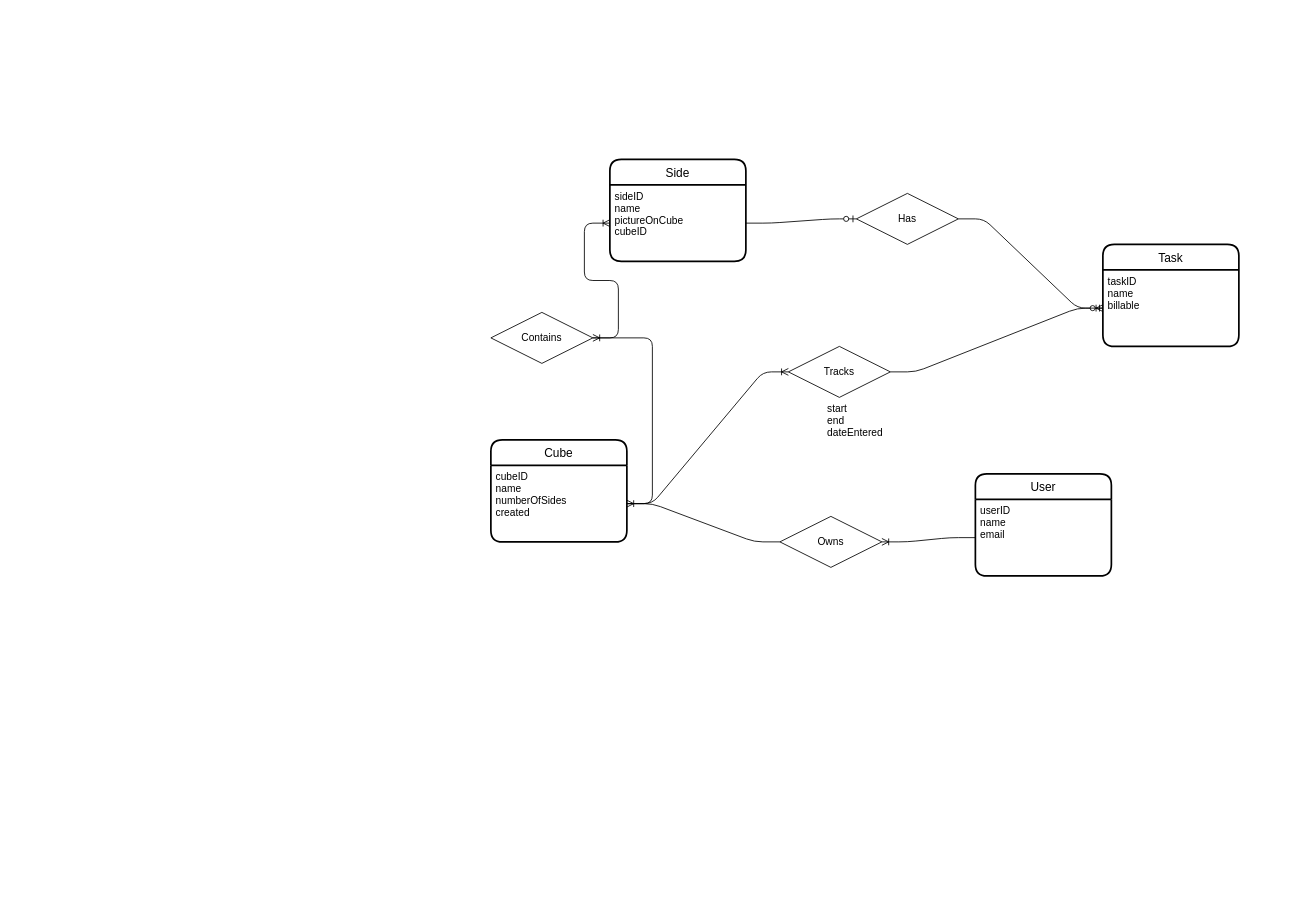
The draw.io diagram DB Class.drawio in diagonalwalnut/COMP3421, before the edit. Source tidied: cells renumbered, new cells numbered last; positions are measured from the earlier drawing's top-left corner, leaving out a move shared by most shapes. Both pictures are drawn from the tidied source at 85%, with x=0, y=0 at pixel (490, 159).
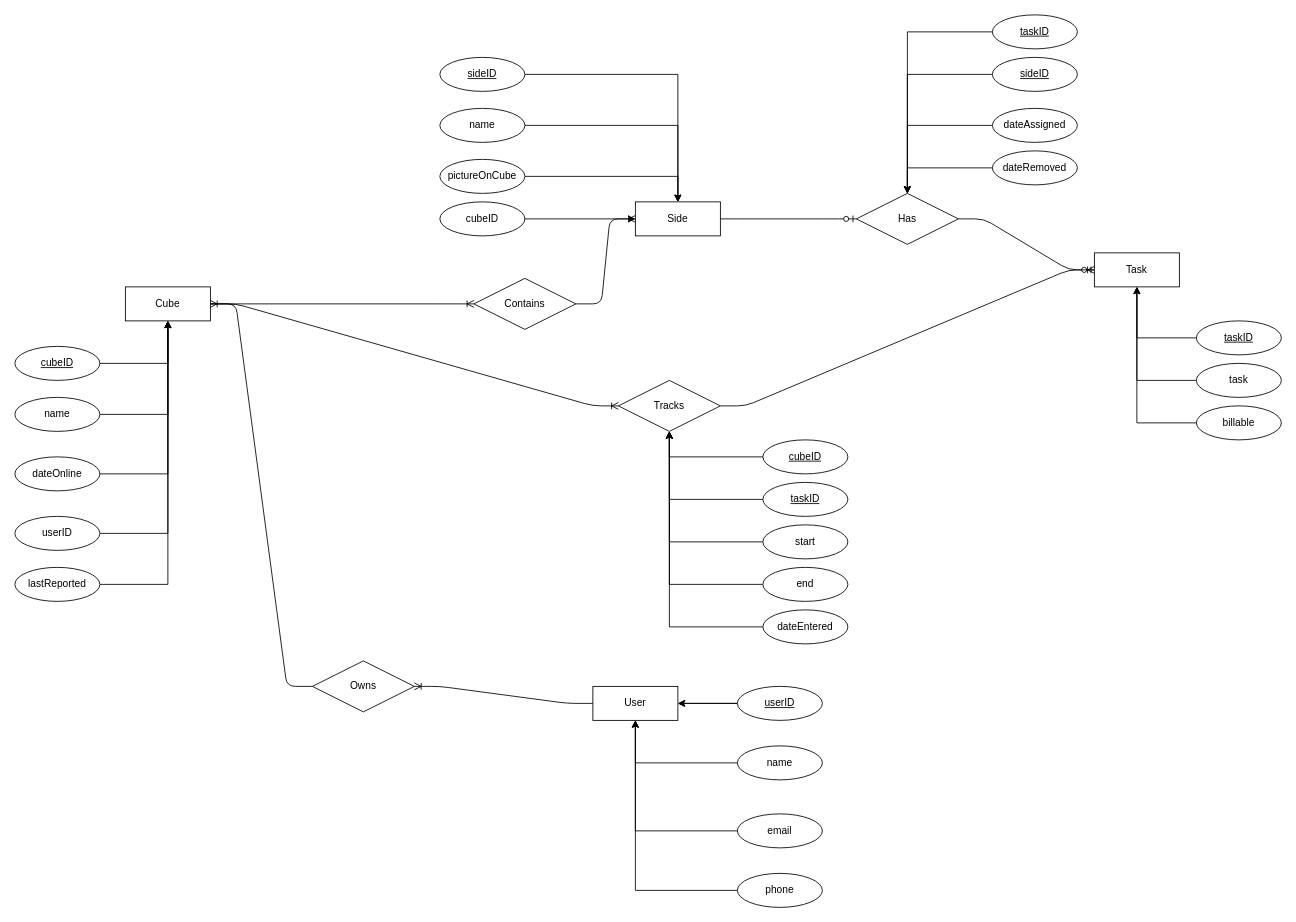
After the change.

Unchanged cells that the change refers to:
```xml
<mxCell id="7" value="Has" style="shape=rhombus;perimeter=rhombusPerimeter;whiteSpace=wrap;html=1;align=center;" parent="1" vertex="1">
  <mxGeometry x="430" y="40" width="120" height="60" as="geometry" />
</mxCell>
```

The edit, as a diff of the source:
```diff
@@
-    <mxCell id="2" style="edgeStyle=entityRelationEdgeStyle;fontSize=12;html=1;endArrow=ERoneToMany;" parent="1" edge="1" source="12" target="19">
+    <mxCell id="2" style="edgeStyle=entityRelationEdgeStyle;fontSize=12;html=1;endArrow=ERoneToMany;" parent="1" edge="1" source="12" target="18">
       <mxGeometry relative="1" as="geometry" />
     </mxCell>
-    <mxCell id="3" style="edgeStyle=entityRelationEdgeStyle;fontSize=12;html=1;endArrow=ERoneToMany;" parent="1" edge="1" source="4" target="17">
-      <mxGeometry relative="1" as="geometry" />
-    </mxCell>
     <mxCell id="4" value="Owns" style="shape=rhombus;perimeter=rhombusPerimeter;whiteSpace=wrap;html=1;align=center;" parent="1" vertex="1">
-      <mxGeometry x="340" y="420" width="120" height="60" as="geometry" />
+      <mxGeometry x="-210" y="590" width="120" height="60" as="geometry" />
     </mxCell>
-    <mxCell id="5" style="edgeStyle=entityRelationEdgeStyle;fontSize=12;html=1;endArrow=ERoneToMany;" parent="1" edge="1" source="15" target="4">
+    <mxCell id="5" style="edgeStyle=entityRelationEdgeStyle;fontSize=12;html=1;endArrow=ERoneToMany;" parent="1" edge="1" source="14" target="4">
       <mxGeometry relative="1" as="geometry" />
     </mxCell>
-    <mxCell id="6" style="edgeStyle=entityRelationEdgeStyle;fontSize=12;html=1;endArrow=ERzeroToOne;endFill=1;" parent="1" edge="1" source="7" target="21">
+    <mxCell id="6" style="edgeStyle=entityRelationEdgeStyle;fontSize=12;html=1;endArrow=ERzeroToOne;endFill=1;" parent="1" edge="1" source="7" target="20">
       <mxGeometry relative="1" as="geometry" />
     </mxCell>
@@
-    <mxCell id="8" style="edgeStyle=entityRelationEdgeStyle;fontSize=12;html=1;endArrow=ERzeroToOne;endFill=1;" parent="1" edge="1" source="19" target="7">
+    <mxCell id="8" style="edgeStyle=entityRelationEdgeStyle;fontSize=12;html=1;endArrow=ERzeroToOne;endFill=1;" parent="1" edge="1" source="18" target="7">
       <mxGeometry relative="1" as="geometry" />
     </mxCell>
-    <mxCell id="9" style="edgeStyle=entityRelationEdgeStyle;fontSize=12;html=1;endArrow=ERoneToMany;" parent="1" edge="1" source="10" target="21">
+    <mxCell id="9" style="edgeStyle=entityRelationEdgeStyle;fontSize=12;html=1;endArrow=ERoneToMany;" parent="1" edge="1" source="10" target="20">
       <mxGeometry relative="1" as="geometry" />
     </mxCell>
     <mxCell id="10" value="Tracks" style="shape=rhombus;perimeter=rhombusPerimeter;whiteSpace=wrap;html=1;align=center;" parent="1" vertex="1">
-      <mxGeometry x="350" y="220" width="120" height="60" as="geometry" />
+      <mxGeometry x="150" y="260" width="120" height="60" as="geometry" />
     </mxCell>
-    <mxCell id="11" style="edgeStyle=entityRelationEdgeStyle;fontSize=12;html=1;endArrow=ERoneToMany;" parent="1" edge="1" source="17" target="10">
+    <mxCell id="11" style="edgeStyle=entityRelationEdgeStyle;fontSize=12;html=1;endArrow=ERoneToMany;" parent="1" edge="1" source="16" target="10">
       <mxGeometry relative="1" as="geometry" />
     </mxCell>
     <mxCell id="12" value="Contains" style="shape=rhombus;perimeter=rhombusPerimeter;whiteSpace=wrap;html=1;align=center;" parent="1" vertex="1">
-      <mxGeometry y="180" width="120" height="60" as="geometry" />
+      <mxGeometry x="-20" y="140" width="120" height="60" as="geometry" />
     </mxCell>
-    <mxCell id="13" style="edgeStyle=entityRelationEdgeStyle;fontSize=12;html=1;endArrow=ERoneToMany;" parent="1" edge="1" source="17" target="12">
+    <mxCell id="13" style="edgeStyle=entityRelationEdgeStyle;fontSize=12;html=1;endArrow=ERoneToMany;" parent="1" edge="1" source="16" target="12">
       <mxGeometry relative="1" as="geometry" />
     </mxCell>
+    <mxCell id="23" style="edgeStyle=orthogonalEdgeStyle;rounded=0;jettySize=auto;html=1;" parent="1" edge="1" source="24" target="18">
+      <mxGeometry relative="1" as="geometry" />
+    </mxCell>
+    <mxCell id="24" value="pictureOnCube" style="ellipse;whiteSpace=wrap;html=1;align=center;" parent="1" vertex="1">
+      <mxGeometry x="-60" width="100" height="40" as="geometry" />
+    </mxCell>
+    <mxCell id="25" style="edgeStyle=orthogonalEdgeStyle;rounded=0;jettySize=auto;html=1;" parent="1" edge="1" source="26" target="18">
+      <mxGeometry relative="1" as="geometry" />
+    </mxCell>
+    <mxCell id="26" value="name" style="ellipse;whiteSpace=wrap;html=1;align=center;" parent="1" vertex="1">
+      <mxGeometry x="-60" y="-60" width="100" height="40" as="geometry" />
+    </mxCell>
+    <mxCell id="27" style="edgeStyle=orthogonalEdgeStyle;rounded=0;jettySize=auto;html=1;" parent="1" edge="1" source="28" target="18">
+      <mxGeometry relative="1" as="geometry" />
+    </mxCell>
+    <mxCell id="28" value="cubeID" style="ellipse;whiteSpace=wrap;html=1;align=center;" parent="1" vertex="1">
+      <mxGeometry x="-60" y="50" width="100" height="40" as="geometry" />
+    </mxCell>
+    <mxCell id="18" value="Side" style="whiteSpace=wrap;html=1;align=center;" parent="1" vertex="1">
+      <mxGeometry x="170" y="50" width="100" height="40" as="geometry" />
+    </mxCell>
+    <mxCell id="29" style="edgeStyle=orthogonalEdgeStyle;rounded=0;jettySize=auto;html=1;" parent="1" edge="1" source="30" target="18">
+      <mxGeometry relative="1" as="geometry" />
+    </mxCell>
+    <mxCell id="30" value="sideID" style="ellipse;whiteSpace=wrap;html=1;align=center;fontStyle=4;" parent="1" vertex="1">
+      <mxGeometry x="-60" y="-120" width="100" height="40" as="geometry" />
+    </mxCell>
+    <mxCell id="16" value="Cube" style="whiteSpace=wrap;html=1;align=center;" parent="1" vertex="1">
+      <mxGeometry x="-430" y="150" width="100" height="40" as="geometry" />
+    </mxCell>
+    <mxCell id="31" style="edgeStyle=entityRelationEdgeStyle;fontSize=12;html=1;endArrow=ERoneToMany;" parent="1" edge="1" source="4" target="16">
+      <mxGeometry relative="1" as="geometry" />
+    </mxCell>
-    <mxCell id="14" value="User" style="swimlane;horizontal=1;startSize=30;rounded=1;fontSize=14;fontStyle=0;strokeWidth=2;shadow=0;dashed=0;align=center;" parent="1" vertex="1">
-      <mxGeometry x="570" y="370" width="160" height="120" as="geometry" />
+    <mxCell id="14" value="User" style="whiteSpace=wrap;html=1;align=center;" parent="1" vertex="1">
+      <mxGeometry x="120" y="620" width="100" height="40" as="geometry" />
     </mxCell>
-    <mxCell id="15" value="userID&#10;name&#10;email" style="align=left;strokeColor=none;fillColor=none;spacingLeft=4;fontSize=12;verticalAlign=top;" parent="14" vertex="1">
-      <mxGeometry y="30" width="160" height="90" as="geometry" />
-    </mxCell>
-    <mxCell id="16" value="Cube" style="swimlane;horizontal=1;startSize=30;rounded=1;fontSize=14;fontStyle=0;strokeWidth=2;shadow=0;dashed=0;align=center;" parent="1" vertex="1">
-      <mxGeometry y="330" width="160" height="120" as="geometry" />
-    </mxCell>
-    <mxCell id="17" value="cubeID&#10;name&#10;numberOfSides&#10;created" style="align=left;strokeColor=none;fillColor=none;spacingLeft=4;fontSize=12;verticalAlign=top;" parent="16" vertex="1">
-      <mxGeometry y="30" width="160" height="90" as="geometry" />
-    </mxCell>
-    <mxCell id="18" value="Side" style="swimlane;horizontal=1;startSize=30;rounded=1;fontSize=14;fontStyle=0;strokeWidth=2;shadow=0;dashed=0;align=center;" parent="1" vertex="1">
-      <mxGeometry x="140" width="160" height="120" as="geometry" />
-    </mxCell>
-    <mxCell id="19" value="sideID&#10;name&#10;pictureOnCube&#10;cubeID" style="align=left;strokeColor=none;fillColor=none;spacingLeft=4;fontSize=12;verticalAlign=top;fontStyle=0;" parent="18" vertex="1">
-      <mxGeometry y="30" width="160" height="90" as="geometry" />
-    </mxCell>
-    <mxCell id="20" value="Task" style="swimlane;horizontal=1;startSize=30;rounded=1;fontSize=14;fontStyle=0;strokeWidth=2;shadow=0;dashed=0;align=center;" parent="1" vertex="1">
-      <mxGeometry x="720" y="100" width="160" height="120" as="geometry" />
+    <mxCell id="20" value="Task" style="whiteSpace=wrap;html=1;align=center;" parent="1" vertex="1">
+      <mxGeometry x="710" y="110" width="100" height="40" as="geometry" />
     </mxCell>
-    <mxCell id="21" value="taskID&#10;name&#10;billable" style="align=left;strokeColor=none;fillColor=none;spacingLeft=4;fontSize=12;verticalAlign=top;" parent="20" vertex="1">
-      <mxGeometry y="30" width="160" height="90" as="geometry" />
-    </mxCell>
-    <mxCell id="22" value="start&#10;end&#10;dateEntered" style="text;strokeColor=none;fillColor=none;spacingLeft=4;spacingRight=4;overflow=hidden;fontSize=12;" parent="1" vertex="1">
-      <mxGeometry x="390" y="280" width="80" height="50" as="geometry" />
-    </mxCell>
+    <mxCell id="32" style="edgeStyle=orthogonalEdgeStyle;rounded=0;jettySize=auto;html=1;" parent="1" edge="1" source="33" target="10">
+      <mxGeometry relative="1" as="geometry" />
+    </mxCell>
+    <mxCell id="33" value="end" style="ellipse;whiteSpace=wrap;html=1;align=center;" parent="1" vertex="1">
+      <mxGeometry x="320" y="480" width="100" height="40" as="geometry" />
+    </mxCell>
+    <mxCell id="34" style="edgeStyle=orthogonalEdgeStyle;rounded=0;jettySize=auto;html=1;" parent="1" edge="1" source="35" target="10">
+      <mxGeometry relative="1" as="geometry" />
+    </mxCell>
+    <mxCell id="35" value="dateEntered" style="ellipse;whiteSpace=wrap;html=1;align=center;" parent="1" vertex="1">
+      <mxGeometry x="320" y="530" width="100" height="40" as="geometry" />
+    </mxCell>
+    <mxCell id="36" style="edgeStyle=orthogonalEdgeStyle;rounded=0;jettySize=auto;html=1;" parent="1" edge="1" source="37" target="10">
+      <mxGeometry relative="1" as="geometry" />
+    </mxCell>
+    <mxCell id="37" value="start" style="ellipse;whiteSpace=wrap;html=1;align=center;" parent="1" vertex="1">
+      <mxGeometry x="320" y="430" width="100" height="40" as="geometry" />
+    </mxCell>
+    <mxCell id="38" style="edgeStyle=orthogonalEdgeStyle;rounded=0;jettySize=auto;html=1;" parent="1" edge="1" source="40" target="10">
+      <mxGeometry relative="1" as="geometry" />
+    </mxCell>
+    <mxCell id="39" value="taskID" style="ellipse;whiteSpace=wrap;html=1;align=center;fontStyle=4;" parent="1" vertex="1">
+      <mxGeometry x="320" y="380" width="100" height="40" as="geometry" />
+    </mxCell>
+    <mxCell id="40" value="cubeID" style="ellipse;whiteSpace=wrap;html=1;align=center;fontStyle=4;" parent="1" vertex="1">
+      <mxGeometry x="320" y="330" width="100" height="40" as="geometry" />
+    </mxCell>
+    <mxCell id="41" style="edgeStyle=orthogonalEdgeStyle;rounded=0;jettySize=auto;html=1;" parent="1" edge="1" source="39" target="10">
+      <mxGeometry relative="1" as="geometry" />
+    </mxCell>
+    <mxCell id="42" style="edgeStyle=orthogonalEdgeStyle;rounded=0;jettySize=auto;html=1;" parent="1" edge="1" source="65" target="14">
+      <mxGeometry relative="1" as="geometry" />
+    </mxCell>
+    <mxCell id="43" style="edgeStyle=orthogonalEdgeStyle;rounded=0;jettySize=auto;html=1;" parent="1" edge="1" source="44" target="14">
+      <mxGeometry relative="1" as="geometry" />
+    </mxCell>
+    <mxCell id="44" value="name" style="ellipse;whiteSpace=wrap;html=1;align=center;" parent="1" vertex="1">
+      <mxGeometry x="290" y="690" width="100" height="40" as="geometry" />
+    </mxCell>
+    <mxCell id="45" style="edgeStyle=orthogonalEdgeStyle;rounded=0;jettySize=auto;html=1;" parent="1" edge="1" source="65" target="14">
+      <mxGeometry relative="1" as="geometry" />
+    </mxCell>
+    <mxCell id="46" value="email" style="ellipse;whiteSpace=wrap;html=1;align=center;" parent="1" vertex="1">
+      <mxGeometry x="290" y="770" width="100" height="40" as="geometry" />
+    </mxCell>
+    <mxCell id="47" style="edgeStyle=orthogonalEdgeStyle;rounded=0;jettySize=auto;html=1;entryX=0.5;entryY=1;entryDx=0;entryDy=0;" parent="1" edge="1" source="48" target="14">
+      <mxGeometry relative="1" as="geometry" />
+    </mxCell>
+    <mxCell id="48" value="phone" style="ellipse;whiteSpace=wrap;html=1;align=center;" parent="1" vertex="1">
+      <mxGeometry x="290" y="840" width="100" height="40" as="geometry" />
+    </mxCell>
+    <mxCell id="49" style="edgeStyle=orthogonalEdgeStyle;rounded=0;jettySize=auto;html=1;" parent="1" edge="1" source="50" target="20">
+      <mxGeometry relative="1" as="geometry" />
+    </mxCell>
+    <mxCell id="50" value="task" style="ellipse;whiteSpace=wrap;html=1;align=center;" parent="1" vertex="1">
+      <mxGeometry x="830" y="240" width="100" height="40" as="geometry" />
+    </mxCell>
+    <mxCell id="51" style="edgeStyle=orthogonalEdgeStyle;rounded=0;jettySize=auto;html=1;" parent="1" edge="1" source="52" target="20">
+      <mxGeometry relative="1" as="geometry" />
+    </mxCell>
+    <mxCell id="52" value="taskID" style="ellipse;whiteSpace=wrap;html=1;align=center;fontStyle=4;" parent="1" vertex="1">
+      <mxGeometry x="830" y="190" width="100" height="40" as="geometry" />
+    </mxCell>
+    <mxCell id="53" style="edgeStyle=orthogonalEdgeStyle;rounded=0;jettySize=auto;html=1;" parent="1" edge="1" source="54" target="20">
+      <mxGeometry relative="1" as="geometry" />
+    </mxCell>
+    <mxCell id="54" value="billable" style="ellipse;whiteSpace=wrap;html=1;align=center;" parent="1" vertex="1">
+      <mxGeometry x="830" y="290" width="100" height="40" as="geometry" />
+    </mxCell>
+    <mxCell id="55" style="edgeStyle=orthogonalEdgeStyle;rounded=0;jettySize=auto;html=1;" parent="1" edge="1" source="62" target="16">
+      <mxGeometry relative="1" as="geometry" />
+    </mxCell>
+    <mxCell id="56" style="edgeStyle=orthogonalEdgeStyle;rounded=0;jettySize=auto;html=1;" parent="1" edge="1" source="61" target="16">
+      <mxGeometry relative="1" as="geometry" />
+    </mxCell>
+    <mxCell id="57" style="edgeStyle=orthogonalEdgeStyle;rounded=0;jettySize=auto;html=1;" parent="1" edge="1" source="60" target="16">
+      <mxGeometry relative="1" as="geometry" />
+    </mxCell>
+    <mxCell id="58" style="edgeStyle=orthogonalEdgeStyle;rounded=0;jettySize=auto;html=1;" parent="1" edge="1" source="63" target="16">
+      <mxGeometry relative="1" as="geometry" />
+    </mxCell>
+    <mxCell id="59" style="edgeStyle=orthogonalEdgeStyle;rounded=0;jettySize=auto;html=1;entryX=0.5;entryY=1;entryDx=0;entryDy=0;" parent="1" edge="1" source="64" target="16">
+      <mxGeometry relative="1" as="geometry" />
+    </mxCell>
+    <mxCell id="60" value="cubeID" style="ellipse;whiteSpace=wrap;html=1;align=center;fontStyle=4;" parent="1" vertex="1">
+      <mxGeometry x="-560" y="220" width="100" height="40" as="geometry" />
+    </mxCell>
+    <mxCell id="61" value="name" style="ellipse;whiteSpace=wrap;html=1;align=center;" parent="1" vertex="1">
+      <mxGeometry x="-560" y="280" width="100" height="40" as="geometry" />
+    </mxCell>
+    <mxCell id="62" value="dateOnline" style="ellipse;whiteSpace=wrap;html=1;align=center;" parent="1" vertex="1">
+      <mxGeometry x="-560" y="350" width="100" height="40" as="geometry" />
+    </mxCell>
+    <mxCell id="63" value="userID" style="ellipse;whiteSpace=wrap;html=1;align=center;" parent="1" vertex="1">
+      <mxGeometry x="-560" y="420" width="100" height="40" as="geometry" />
+    </mxCell>
+    <mxCell id="64" value="lastReported" style="ellipse;whiteSpace=wrap;html=1;align=center;" parent="1" vertex="1">
+      <mxGeometry x="-560" y="480" width="100" height="40" as="geometry" />
+    </mxCell>
+    <mxCell id="65" value="userID" style="ellipse;whiteSpace=wrap;html=1;align=center;fontStyle=4;" parent="1" vertex="1">
+      <mxGeometry x="290" y="620" width="100" height="40" as="geometry" />
+    </mxCell>
+    <mxCell id="66" style="edgeStyle=orthogonalEdgeStyle;rounded=0;jettySize=auto;html=1;" parent="1" edge="1" source="46" target="14">
+      <mxGeometry relative="1" as="geometry" />
+    </mxCell>
+    <mxCell id="67" style="edgeStyle=orthogonalEdgeStyle;rounded=0;jettySize=auto;html=1;" parent="1" edge="1" source="68" target="7">
+      <mxGeometry relative="1" as="geometry" />
+    </mxCell>
+    <mxCell id="68" value="sideID" style="ellipse;whiteSpace=wrap;html=1;align=center;fontStyle=4;" parent="1" vertex="1">
+      <mxGeometry x="590" y="-120" width="100" height="40" as="geometry" />
+    </mxCell>
+    <mxCell id="69" style="edgeStyle=orthogonalEdgeStyle;rounded=0;jettySize=auto;html=1;" parent="1" edge="1" source="70" target="7">
+      <mxGeometry relative="1" as="geometry" />
+    </mxCell>
+    <mxCell id="70" value="taskID" style="ellipse;whiteSpace=wrap;html=1;align=center;fontStyle=4;" parent="1" vertex="1">
+      <mxGeometry x="590" y="-170" width="100" height="40" as="geometry" />
+    </mxCell>
+    <mxCell id="71" style="edgeStyle=orthogonalEdgeStyle;rounded=0;jettySize=auto;html=1;" parent="1" edge="1" source="72" target="7">
+      <mxGeometry relative="1" as="geometry" />
+    </mxCell>
+    <mxCell id="72" value="dateRemoved" style="ellipse;whiteSpace=wrap;html=1;align=center;" parent="1" vertex="1">
+      <mxGeometry x="590" y="-10" width="100" height="40" as="geometry" />
+    </mxCell>
+    <mxCell id="73" style="edgeStyle=orthogonalEdgeStyle;rounded=0;jettySize=auto;html=1;" parent="1" edge="1" source="74" target="7">
+      <mxGeometry relative="1" as="geometry" />
+    </mxCell>
+    <mxCell id="74" value="dateAssigned" style="ellipse;whiteSpace=wrap;html=1;align=center;" parent="1" vertex="1">
+      <mxGeometry x="590" y="-60" width="100" height="40" as="geometry" />
+    </mxCell>
```
